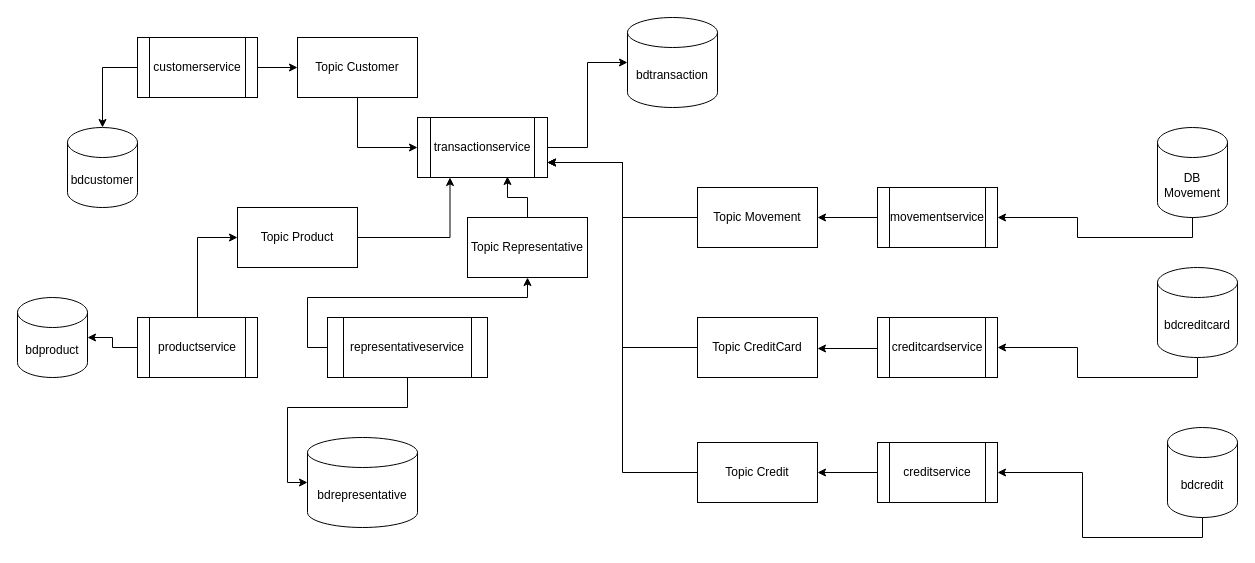
ajoelflores124/everbanco keeps this draw.io diagram as diagrama_microservices.drawio. Above is the earlier version. Source tidied: cells renumbered, new cells numbered last; positions are measured from the earlier drawing's top-left corner, leaving out a move shared by most shapes. Both pictures are drawn from the tidied source at 100%, with x=0, y=0 at pixel (17, 17).
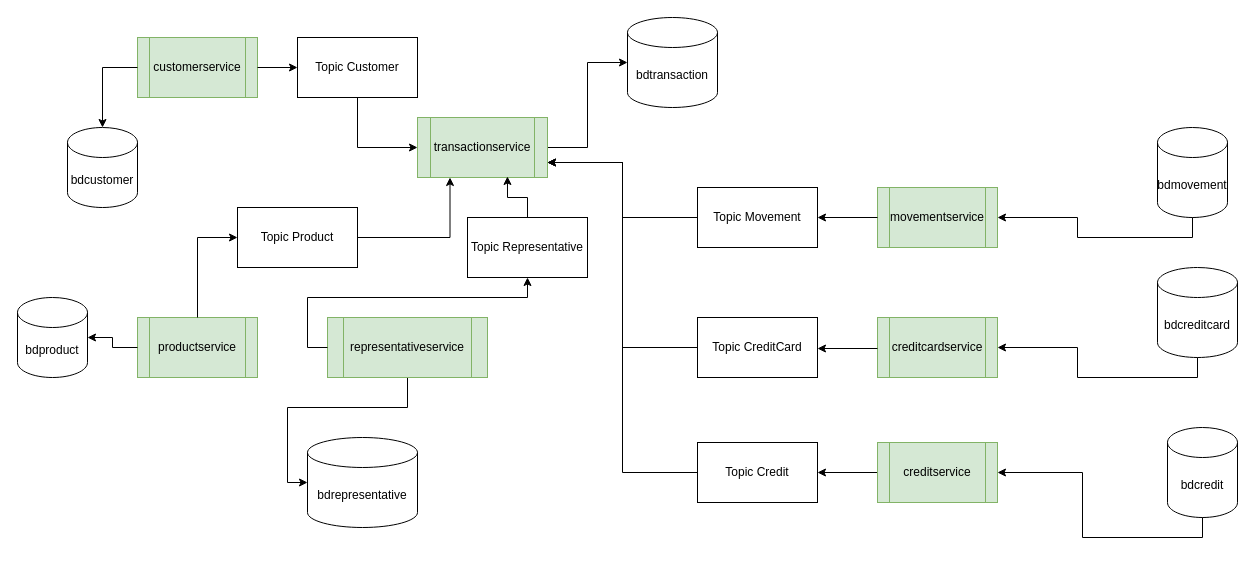
After the change.

Change to the diagram source:
```diff
@@
-    <mxCell id="2" value="customerservice" style="shape=process;whiteSpace=wrap;html=1;backgroundOutline=1;" parent="1" vertex="1">
+    <mxCell id="2" value="customerservice" style="shape=process;whiteSpace=wrap;html=1;backgroundOutline=1;fillColor=#d5e8d4;strokeColor=#82b366;" parent="1" vertex="1">
       <mxGeometry x="120" y="20" width="120" height="60" as="geometry" />
     </mxCell>
@@
-    <mxCell id="4" value="productservice" style="shape=process;whiteSpace=wrap;html=1;backgroundOutline=1;" parent="1" vertex="1">
+    <mxCell id="4" value="productservice" style="shape=process;whiteSpace=wrap;html=1;backgroundOutline=1;fillColor=#d5e8d4;strokeColor=#82b366;" parent="1" vertex="1">
       <mxGeometry x="120" y="300" width="120" height="60" as="geometry" />
     </mxCell>
@@
-    <mxCell id="7" value="transactionservice" style="shape=process;whiteSpace=wrap;html=1;backgroundOutline=1;" parent="1" vertex="1">
+    <mxCell id="7" value="transactionservice" style="shape=process;whiteSpace=wrap;html=1;backgroundOutline=1;fillColor=#d5e8d4;strokeColor=#82b366;" parent="1" vertex="1">
       <mxGeometry x="400" y="100" width="130" height="60" as="geometry" />
     </mxCell>
@@
-    <mxCell id="18" value="representativeservice" style="shape=process;whiteSpace=wrap;html=1;backgroundOutline=1;" parent="1" vertex="1">
+    <mxCell id="18" value="representativeservice" style="shape=process;whiteSpace=wrap;html=1;backgroundOutline=1;fillColor=#d5e8d4;strokeColor=#82b366;" parent="1" vertex="1">
       <mxGeometry x="310" y="300" width="160" height="60" as="geometry" />
     </mxCell>
@@
-    <mxCell id="23" value="movementservice" style="shape=process;whiteSpace=wrap;html=1;backgroundOutline=1;" parent="1" vertex="1">
+    <mxCell id="23" value="movementservice" style="shape=process;whiteSpace=wrap;html=1;backgroundOutline=1;fillColor=#d5e8d4;strokeColor=#82b366;" parent="1" vertex="1">
       <mxGeometry x="860" y="170" width="120" height="60" as="geometry" />
     </mxCell>
-    <mxCell id="24" value="DB Movement" style="shape=cylinder3;whiteSpace=wrap;html=1;boundedLbl=1;backgroundOutline=1;size=15;" parent="1" vertex="1">
+    <mxCell id="24" value="bdmovement" style="shape=cylinder3;whiteSpace=wrap;html=1;boundedLbl=1;backgroundOutline=1;size=15;" parent="1" vertex="1">
       <mxGeometry x="1140" y="110" width="70" height="90" as="geometry" />
     </mxCell>
@@
-    <mxCell id="26" value="creditcardservice" style="shape=process;whiteSpace=wrap;html=1;backgroundOutline=1;" parent="1" vertex="1">
+    <mxCell id="26" value="creditcardservice" style="shape=process;whiteSpace=wrap;html=1;backgroundOutline=1;fillColor=#d5e8d4;strokeColor=#82b366;" parent="1" vertex="1">
       <mxGeometry x="860" y="300" width="120" height="60" as="geometry" />
     </mxCell>
@@
-    <mxCell id="30" value="creditservice" style="shape=process;whiteSpace=wrap;html=1;backgroundOutline=1;" parent="1" vertex="1">
+    <mxCell id="30" value="creditservice" style="shape=process;whiteSpace=wrap;html=1;backgroundOutline=1;fillColor=#d5e8d4;strokeColor=#82b366;" parent="1" vertex="1">
       <mxGeometry x="860" y="425" width="120" height="60" as="geometry" />
     </mxCell>
```
